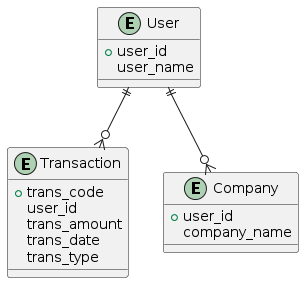
Above: cache/plantuml_img.png in S0NM/datachat-demo (PlantUML), before the change.
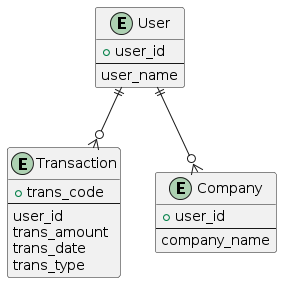
Later version of the same file.

What changed in the source:
```diff
@@ -1,11 +1,13 @@
 @startuml
 entity User {
   + user_id
+  --
   user_name
 }
 
 entity Transaction {
   + trans_code
+  --
   user_id
   trans_amount
   trans_date
@@ -14,6 +16,7 @@
 
 entity Company {
   + user_id
+  --
   company_name
 }
 
```
